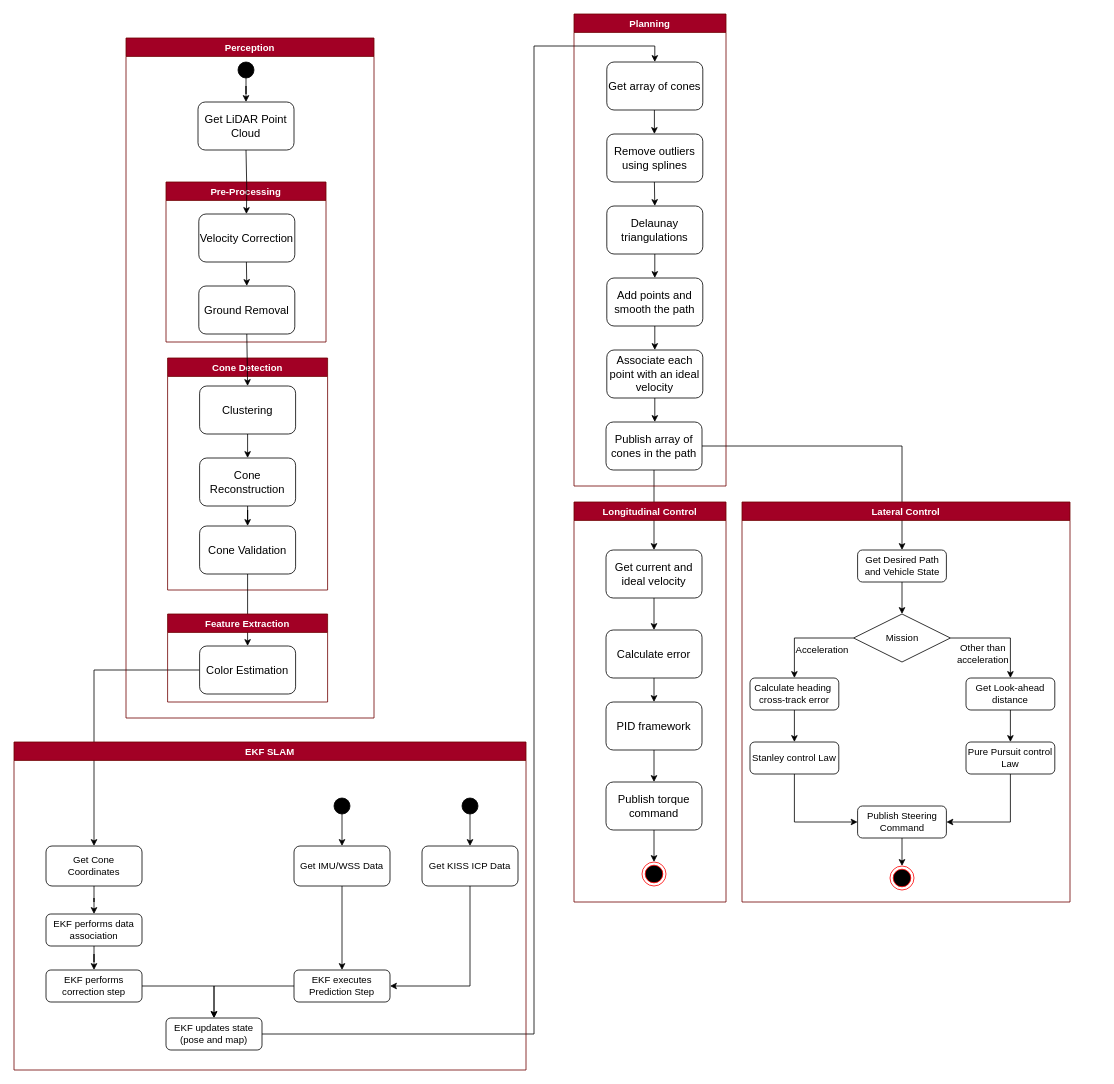
fs-feup/autonomous-systems keeps this draw.io diagram as page "Control-flow" (2 of 3) of docs/diagrams/full.drawio. Above is the earlier version. Source tidied: cells renumbered, new cells numbered last; positions are measured from the earlier drawing's top-left corner, leaving out a move shared by most shapes. Both pictures are drawn from the tidied source at 80%, with x=0, y=0 at pixel (14, 14).
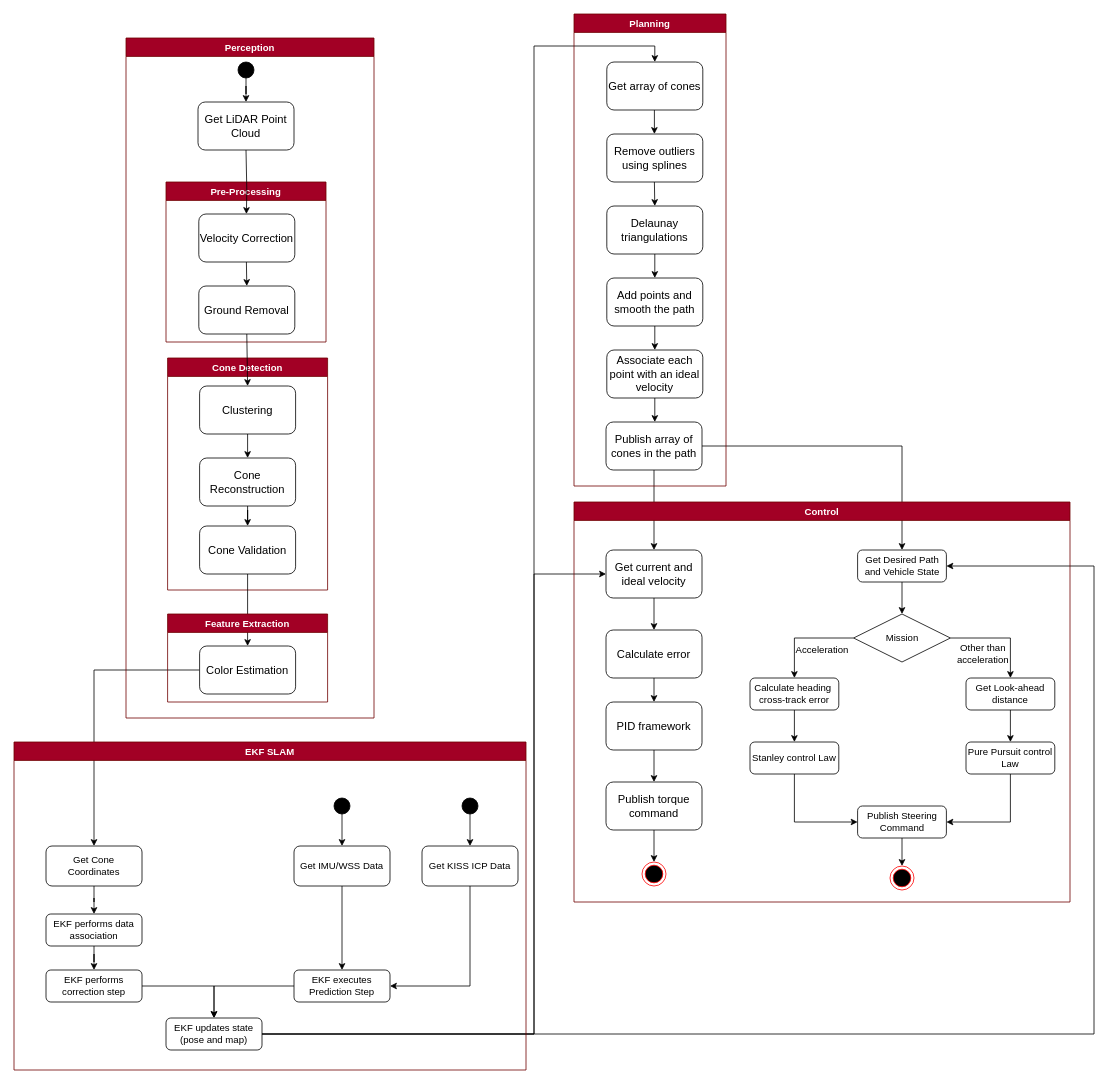
After the change.

Unchanged cells that the change refers to:
```xml
<mxCell id="35" value="EKF updates state (pose and map)" style="rounded=1;whiteSpace=wrap;html=1;fontSize=12;glass=0;strokeWidth=1;shadow=0;" parent="1" vertex="1">
  <mxGeometry x="190" y="1255" width="120" height="40" as="geometry" />
</mxCell>
<mxCell id="48" value="&lt;font style=&quot;font-size: 14px;&quot;&gt;Get current and ideal velocity&lt;/font&gt;" style="rounded=1;whiteSpace=wrap;html=1;" parent="1" vertex="1">
  <mxGeometry x="740" y="670" width="120" height="60" as="geometry" />
</mxCell>
<mxCell id="66" value="Get Desired Path and Vehicle State" style="rounded=1;whiteSpace=wrap;html=1;" parent="1" vertex="1">
  <mxGeometry x="1054.5" y="670" width="111" height="40" as="geometry" />
</mxCell>
```

The edit, as a diff of the source:
```diff
@@
+    <mxCell id="103" style="edgeStyle=orthogonalEdgeStyle;rounded=0;jettySize=auto;html=1;entryX=0;entryY=0.5;entryDx=0;entryDy=0;" parent="1" edge="1" source="35" target="48">
+      <mxGeometry relative="1" as="geometry">
+        <Array as="points">
+          <mxPoint x="650" y="1275" />
+          <mxPoint x="650" y="700" />
+        </Array>
+      </mxGeometry>
+    </mxCell>
+    <mxCell id="104" style="edgeStyle=orthogonalEdgeStyle;rounded=0;jettySize=auto;html=1;entryX=1;entryY=0.5;entryDx=0;entryDy=0;" parent="1" edge="1" source="35" target="66">
+      <mxGeometry relative="1" as="geometry">
+        <Array as="points">
+          <mxPoint x="1350" y="1275" />
+          <mxPoint x="1350" y="690" />
+        </Array>
+      </mxGeometry>
+    </mxCell>
@@
-    <mxCell id="95" value="Lateral Control" style="swimlane;fillColor=#a20025;strokeColor=#6F0000;fontColor=#ffffff;" parent="1" vertex="1">
-      <mxGeometry x="910" y="610" width="410" height="500" as="geometry" />
+    <mxCell id="95" value="Control" style="swimlane;fillColor=#a20025;strokeColor=#6F0000;fontColor=#ffffff;" parent="1" vertex="1">
+      <mxGeometry x="700" y="610" width="620" height="500" as="geometry" />
     </mxCell>
@@
-    <mxCell id="99" value="Longitudinal Control" style="swimlane;fillColor=#a20025;strokeColor=#6F0000;fontColor=#ffffff;" parent="1" vertex="1">
-      <mxGeometry x="700" y="610" width="190" height="500" as="geometry" />
-    </mxCell>
-    <mxCell id="100" style="edgeStyle=orthogonalEdgeStyle;rounded=0;orthogonalLoop=1;jettySize=auto;html=1;exitX=0.5;exitY=1;exitDx=0;exitDy=0;entryX=0.5;entryY=0;entryDx=0;entryDy=0;" parent="99" edge="1">
-      <mxGeometry relative="1" as="geometry">
-        <mxPoint x="100" y="80" as="sourcePoint" />
-      </mxGeometry>
-    </mxCell>
-    <mxCell id="101" style="edgeStyle=orthogonalEdgeStyle;rounded=0;orthogonalLoop=1;jettySize=auto;html=1;exitX=0.5;exitY=1;exitDx=0;exitDy=0;entryX=0.5;entryY=0;entryDx=0;entryDy=0;" parent="99" edge="1">
-      <mxGeometry relative="1" as="geometry">
-        <mxPoint x="100" y="140" as="sourcePoint" />
-      </mxGeometry>
-    </mxCell>
-    <mxCell id="102" style="edgeStyle=orthogonalEdgeStyle;rounded=0;orthogonalLoop=1;jettySize=auto;html=1;entryX=0.5;entryY=0;entryDx=0;entryDy=0;" parent="99" edge="1">
-      <mxGeometry relative="1" as="geometry">
-        <mxPoint x="100" y="210" as="targetPoint" />
-      </mxGeometry>
-    </mxCell>
```
